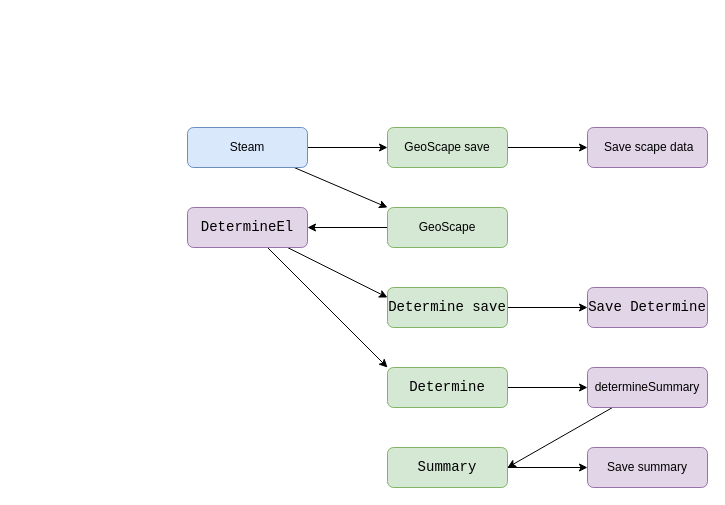
The draw.io diagram DDOperation_DiagramdrawIO.drawio in AlexandrM09/DDOperation, before the edit. Source tidied: cells renumbered, new cells numbered last; positions are measured from the earlier drawing's top-left corner, leaving out a move shared by most shapes. Both pictures are drawn from the tidied source at 100%, with x=0, y=0 at pixel (187, 127).
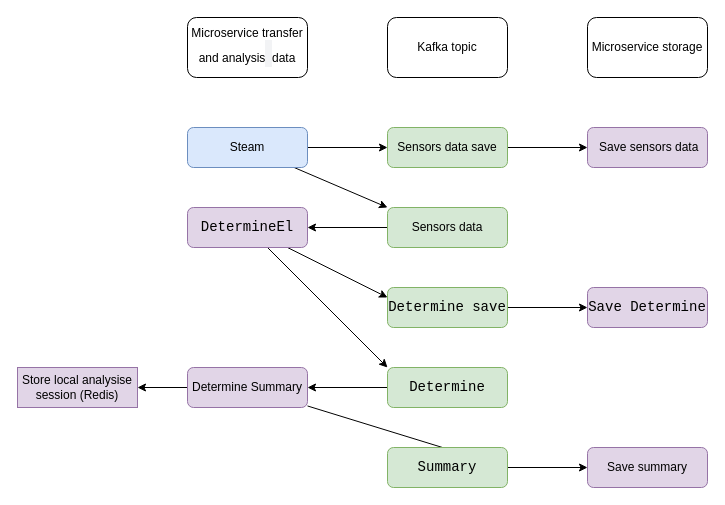
The same diagram, later.

Commit message:
add diagram microservises

Change to the diagram source:
```diff
@@
-    <mxCell id="8" value="GeoScape save" style="rounded=1;whiteSpace=wrap;html=1;fillColor=#d5e8d4;strokeColor=#82b366;" parent="1" vertex="1">
+    <mxCell id="8" value="Sensors data save" style="rounded=1;whiteSpace=wrap;html=1;fillColor=#d5e8d4;strokeColor=#82b366;" parent="1" vertex="1">
       <mxGeometry x="200" width="120" height="40" as="geometry" />
     </mxCell>
-    <mxCell id="9" value="&amp;nbsp;Save scape data" style="rounded=1;whiteSpace=wrap;html=1;fillColor=#e1d5e7;strokeColor=#9673a6;" parent="1" vertex="1">
+    <mxCell id="9" value="&amp;nbsp;Save sensors data" style="rounded=1;whiteSpace=wrap;html=1;fillColor=#e1d5e7;strokeColor=#9673a6;" parent="1" vertex="1">
       <mxGeometry x="400" width="120" height="40" as="geometry" />
     </mxCell>
@@
-    <mxCell id="11" value="&lt;span&gt;GeoScape&lt;/span&gt;" style="rounded=1;whiteSpace=wrap;html=1;fillColor=#d5e8d4;strokeColor=#82b366;" parent="1" vertex="1">
+    <mxCell id="11" value="Sensors data" style="rounded=1;whiteSpace=wrap;html=1;fillColor=#d5e8d4;strokeColor=#82b366;" parent="1" vertex="1">
       <mxGeometry x="200" y="80" width="120" height="40" as="geometry" />
     </mxCell>
@@
+    <mxCell id="24" style="edgeStyle=orthogonalEdgeStyle;rounded=0;jettySize=auto;html=1;" parent="1" edge="1" source="18" target="25">
+      <mxGeometry relative="1" as="geometry" />
+    </mxCell>
-    <mxCell id="18" value="&lt;span&gt;determineSummary&lt;/span&gt;" style="rounded=1;whiteSpace=wrap;html=1;fillColor=#e1d5e7;strokeColor=#9673a6;" parent="1" vertex="1">
-      <mxGeometry x="400" y="240" width="120" height="40" as="geometry" />
+    <mxCell id="18" value="&lt;span&gt;Determine Summary&lt;/span&gt;" style="rounded=1;whiteSpace=wrap;html=1;fillColor=#e1d5e7;strokeColor=#9673a6;" parent="1" vertex="1">
+      <mxGeometry y="240" width="120" height="40" as="geometry" />
     </mxCell>
@@
+    <mxCell id="25" value="Store local analysise session (Redis)" style="rounded=1;whiteSpace=wrap;html=1;fillColor=#e1d5e7;strokeColor=#9673a6;arcSize=0;" parent="1" vertex="1">
+      <mxGeometry x="-170" y="240" width="120" height="40" as="geometry" />
+    </mxCell>
+    <mxCell id="26" value="Kafka topic" style="rounded=1;whiteSpace=wrap;html=1;" parent="1" vertex="1">
+      <mxGeometry x="200" y="-110" width="120" height="60" as="geometry" />
+    </mxCell>
+    <mxCell id="27" value="Microservice transfer and analysis&lt;span style=&quot;font-family: Arial, Helvetica, sans-serif; font-size: 24px; text-align: start; background-color: rgba(7, 28, 71, 0.05);&quot;&gt;&amp;nbsp;&lt;/span&gt;data" style="rounded=1;whiteSpace=wrap;html=1;" parent="1" vertex="1">
+      <mxGeometry y="-110" width="120" height="60" as="geometry" />
+    </mxCell>
+    <mxCell id="28" value="Microservice storage" style="rounded=1;whiteSpace=wrap;html=1;" parent="1" vertex="1">
+      <mxGeometry x="400" y="-110" width="120" height="60" as="geometry" />
+    </mxCell>
```
